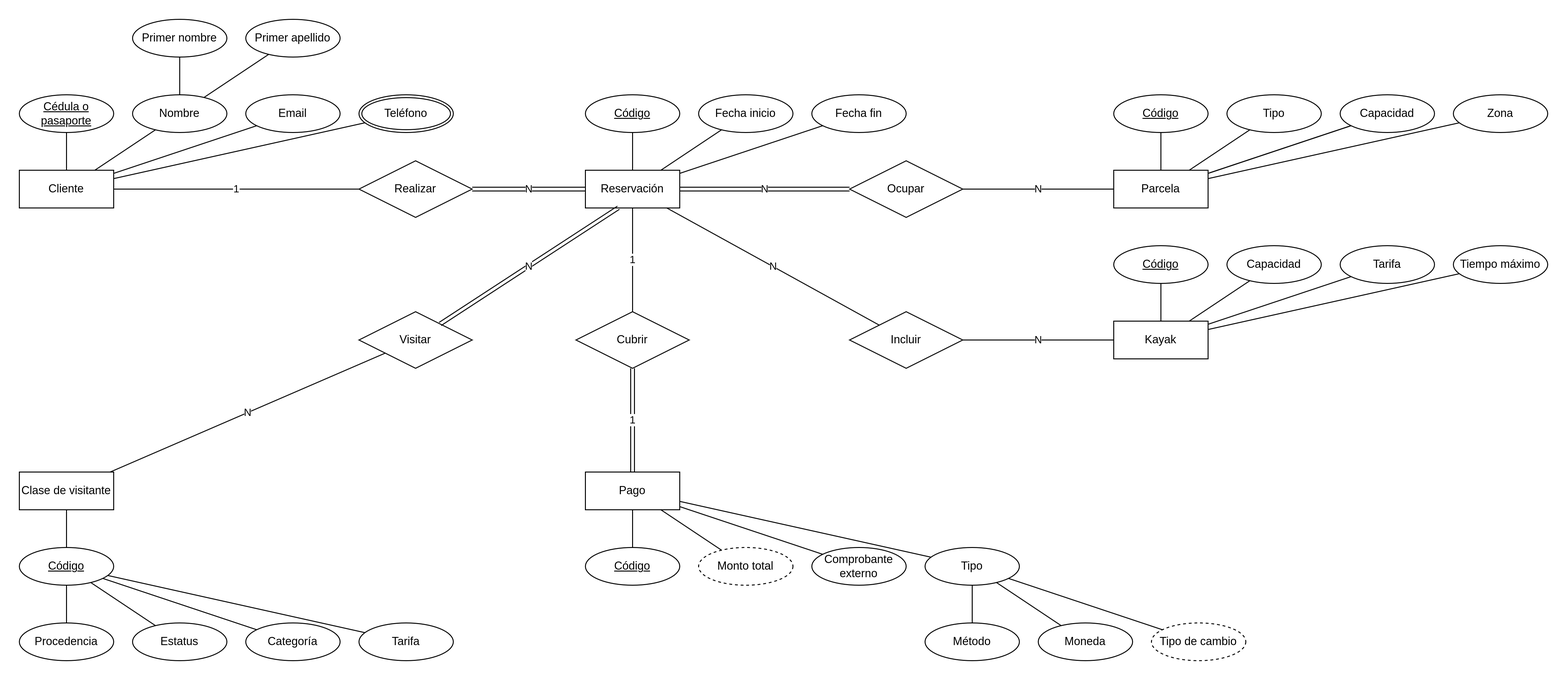
Above: design/database/reservación.png in alfateam23/alfateam_ci0128_23a (draw.io), before the change. Source tidied: cells renumbered, new cells last; positions are measured from the earlier drawing's top-left corner, leaving out a move shared by most shapes.
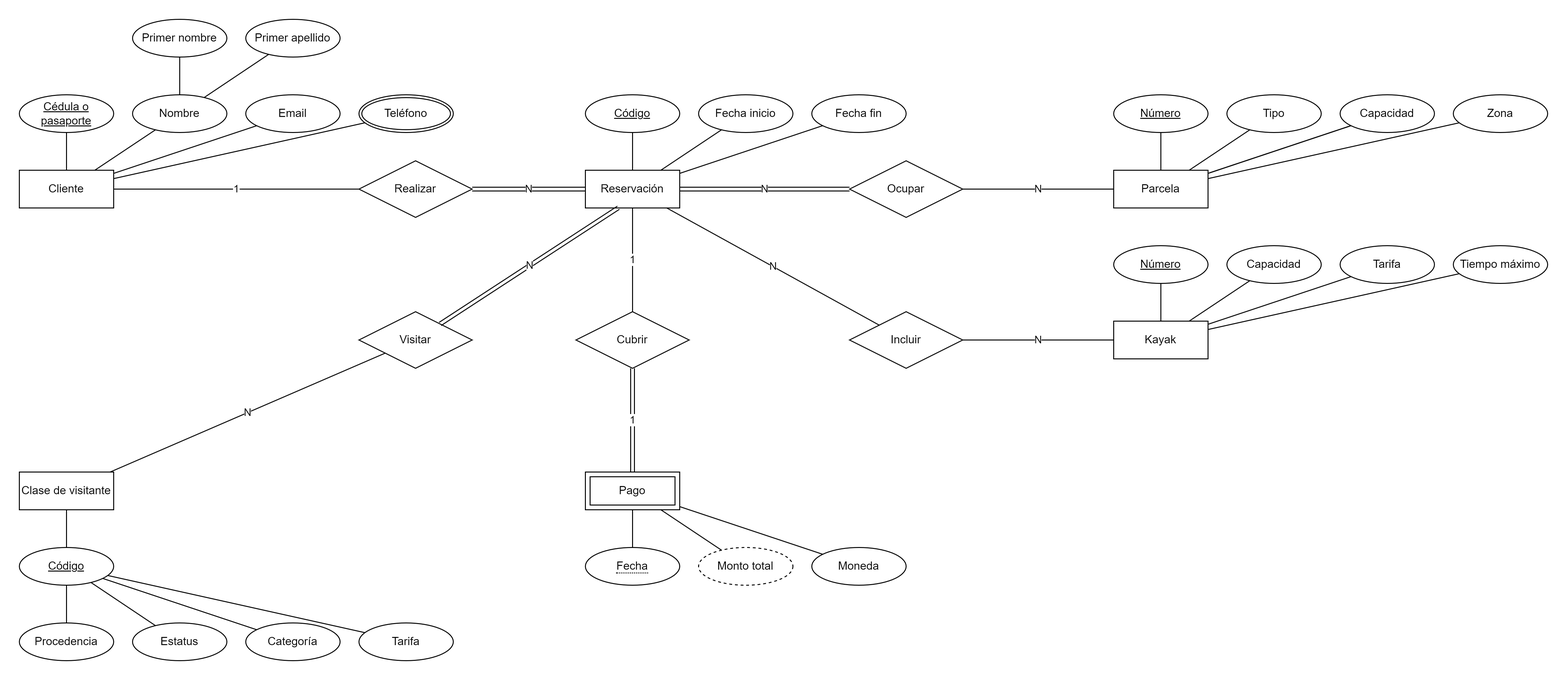
Above is the later version.

Commit message:
Sprint 0: DB design

What changed in the source:
```diff
@@ -74,32 +74,26 @@
     <mxCell id="25" value="N" style="endArrow=none;html=1;rounded=0;" parent="1" edge="1" source="43" target="36">
       <mxGeometry relative="1" as="geometry" />
     </mxCell>
-    <mxCell id="26" value="Pago" style="whiteSpace=wrap;html=1;align=center;" parent="1" vertex="1">
-      <mxGeometry x="600" y="480" width="100" height="40" as="geometry" />
-    </mxCell>
     <mxCell id="27" value="Cubrir" style="shape=rhombus;perimeter=rhombusPerimeter;whiteSpace=wrap;html=1;align=center;" parent="1" vertex="1">
       <mxGeometry x="590" y="310" width="120" height="60" as="geometry" />
     </mxCell>
-    <mxCell id="28" value="Código" style="ellipse;whiteSpace=wrap;html=1;align=center;fontStyle=4;" parent="1" vertex="1">
-      <mxGeometry x="600" y="560" width="100" height="40" as="geometry" />
-    </mxCell>
-    <mxCell id="29" value="Comprobante externo" style="ellipse;whiteSpace=wrap;html=1;align=center;" parent="1" vertex="1">
-      <mxGeometry x="840" y="560" width="100" height="40" as="geometry" />
-    </mxCell>
-    <mxCell id="30" style="endArrow=none;html=1;rounded=0;" parent="1" edge="1" source="28" target="26">
-      <mxGeometry relative="1" as="geometry" />
+    <mxCell id="30" style="endArrow=none;html=1;rounded=0;" parent="1" edge="1" source="82">
+      <mxGeometry relative="1" as="geometry">
+        <mxPoint x="650" y="520" as="targetPoint" />
+      </mxGeometry>
     </mxCell>
-    <mxCell id="31" style="endArrow=none;html=1;rounded=0;" parent="1" edge="1" source="7" target="26">
-      <mxGeometry relative="1" as="geometry" />
+    <mxCell id="31" style="endArrow=none;html=1;rounded=0;" parent="1" edge="1" source="7">
+      <mxGeometry relative="1" as="geometry">
+        <mxPoint x="680" y="520" as="targetPoint" />
+      </mxGeometry>
     </mxCell>
-    <mxCell id="32" style="endArrow=none;html=1;rounded=0;" parent="1" edge="1" source="29" target="26">
-      <mxGeometry relative="1" as="geometry" />
-    </mxCell>
     <mxCell id="33" value="1" style="endArrow=none;html=1;rounded=0;" parent="1" edge="1" source="27" target="2">
       <mxGeometry relative="1" as="geometry" />
     </mxCell>
-    <mxCell id="34" value="1" style="endArrow=none;html=1;rounded=0;shape=link;" parent="1" edge="1" source="26" target="27">
-      <mxGeometry relative="1" as="geometry" />
+    <mxCell id="34" value="1" style="endArrow=none;html=1;rounded=0;shape=link;" parent="1" edge="1" target="27">
+      <mxGeometry relative="1" as="geometry">
+        <mxPoint x="650" y="480" as="sourcePoint" />
+      </mxGeometry>
     </mxCell>
     <mxCell id="35" value="Visitar" style="shape=rhombus;perimeter=rhombusPerimeter;whiteSpace=wrap;html=1;align=center;" parent="1" vertex="1">
       <mxGeometry x="360" y="310" width="120" height="60" as="geometry" />
@@ -128,7 +122,7 @@
     <mxCell id="43" value="Ocupar" style="shape=rhombus;perimeter=rhombusPerimeter;whiteSpace=wrap;html=1;align=center;" parent="1" vertex="1">
       <mxGeometry x="880" y="150" width="120" height="60" as="geometry" />
     </mxCell>
-    <mxCell id="44" value="Código" style="ellipse;whiteSpace=wrap;html=1;align=center;fontStyle=4;" parent="1" vertex="1">
+    <mxCell id="44" value="Número" style="ellipse;whiteSpace=wrap;html=1;align=center;fontStyle=4;" parent="1" vertex="1">
       <mxGeometry x="1160" y="80" width="100" height="40" as="geometry" />
     </mxCell>
     <mxCell id="45" style="endArrow=none;html=1;rounded=0;" parent="1" edge="1" source="58" target="36">
@@ -182,30 +176,6 @@
     <mxCell id="61" style="endArrow=none;html=1;rounded=0;" parent="1" edge="1" source="12" target="60">
       <mxGeometry relative="1" as="geometry" />
     </mxCell>
-    <mxCell id="62" value="Moneda" style="ellipse;whiteSpace=wrap;html=1;align=center;" parent="1" vertex="1">
-      <mxGeometry x="1080" y="640" width="100" height="40" as="geometry" />
-    </mxCell>
-    <mxCell id="63" value="Tipo" style="ellipse;whiteSpace=wrap;html=1;align=center;" parent="1" vertex="1">
-      <mxGeometry x="960" y="560" width="100" height="40" as="geometry" />
-    </mxCell>
-    <mxCell id="64" style="endArrow=none;html=1;rounded=0;" parent="1" edge="1" source="26" target="63">
-      <mxGeometry relative="1" as="geometry" />
-    </mxCell>
-    <mxCell id="65" value="Tipo de cambio" style="ellipse;whiteSpace=wrap;html=1;align=center;dashed=1;" parent="1" vertex="1">
-      <mxGeometry x="1200" y="640" width="100" height="40" as="geometry" />
-    </mxCell>
-    <mxCell id="66" value="Método" style="ellipse;whiteSpace=wrap;html=1;align=center;" parent="1" vertex="1">
-      <mxGeometry x="960" y="640" width="100" height="40" as="geometry" />
-    </mxCell>
-    <mxCell id="67" style="endArrow=none;html=1;rounded=0;" parent="1" edge="1" source="63" target="66">
-      <mxGeometry relative="1" as="geometry" />
-    </mxCell>
-    <mxCell id="68" style="endArrow=none;html=1;rounded=0;" parent="1" edge="1" source="62" target="63">
-      <mxGeometry relative="1" as="geometry" />
-    </mxCell>
-    <mxCell id="69" style="endArrow=none;html=1;rounded=0;" parent="1" edge="1" source="63" target="65">
-      <mxGeometry relative="1" as="geometry" />
-    </mxCell>
     <mxCell id="70" value="Kayak" style="whiteSpace=wrap;html=1;align=center;" parent="1" vertex="1">
       <mxGeometry x="1160" y="320" width="100" height="40" as="geometry" />
     </mxCell>
@@ -224,7 +194,7 @@
     <mxCell id="75" value="Capacidad" style="ellipse;whiteSpace=wrap;html=1;align=center;" parent="1" vertex="1">
       <mxGeometry x="1280" y="240" width="100" height="40" as="geometry" />
     </mxCell>
-    <mxCell id="76" value="Código" style="ellipse;whiteSpace=wrap;html=1;align=center;fontStyle=4;" parent="1" vertex="1">
+    <mxCell id="76" value="Número" style="ellipse;whiteSpace=wrap;html=1;align=center;fontStyle=4;" parent="1" vertex="1">
       <mxGeometry x="1160" y="240" width="100" height="40" as="geometry" />
     </mxCell>
     <mxCell id="77" style="endArrow=none;html=1;rounded=0;" parent="1" edge="1" source="70" target="76">
@@ -242,5 +212,17 @@
     <mxCell id="81" style="endArrow=none;html=1;rounded=0;" parent="1" edge="1" source="70" target="80">
       <mxGeometry relative="1" as="geometry" />
     </mxCell>
+    <mxCell id="82" value="&lt;span style=&quot;border-bottom: 1px dotted&quot;&gt;Fecha&lt;/span&gt;" style="ellipse;whiteSpace=wrap;html=1;align=center;" parent="1" vertex="1">
+      <mxGeometry x="600" y="560" width="100" height="40" as="geometry" />
+    </mxCell>
+    <mxCell id="26" value="Pago" style="shape=ext;margin=3;double=1;whiteSpace=wrap;html=1;align=center;" parent="1" vertex="1">
+      <mxGeometry x="600" y="480" width="100" height="40" as="geometry" />
+    </mxCell>
+    <mxCell id="62" value="Moneda" style="ellipse;whiteSpace=wrap;html=1;align=center;" parent="1" vertex="1">
+      <mxGeometry x="840" y="560" width="100" height="40" as="geometry" />
+    </mxCell>
+    <mxCell id="83" style="endArrow=none;html=1;rounded=0;" parent="1" edge="1" source="26" target="62">
+      <mxGeometry relative="1" as="geometry" />
+    </mxCell>
   </root>
 </mxGraphModel>
```
